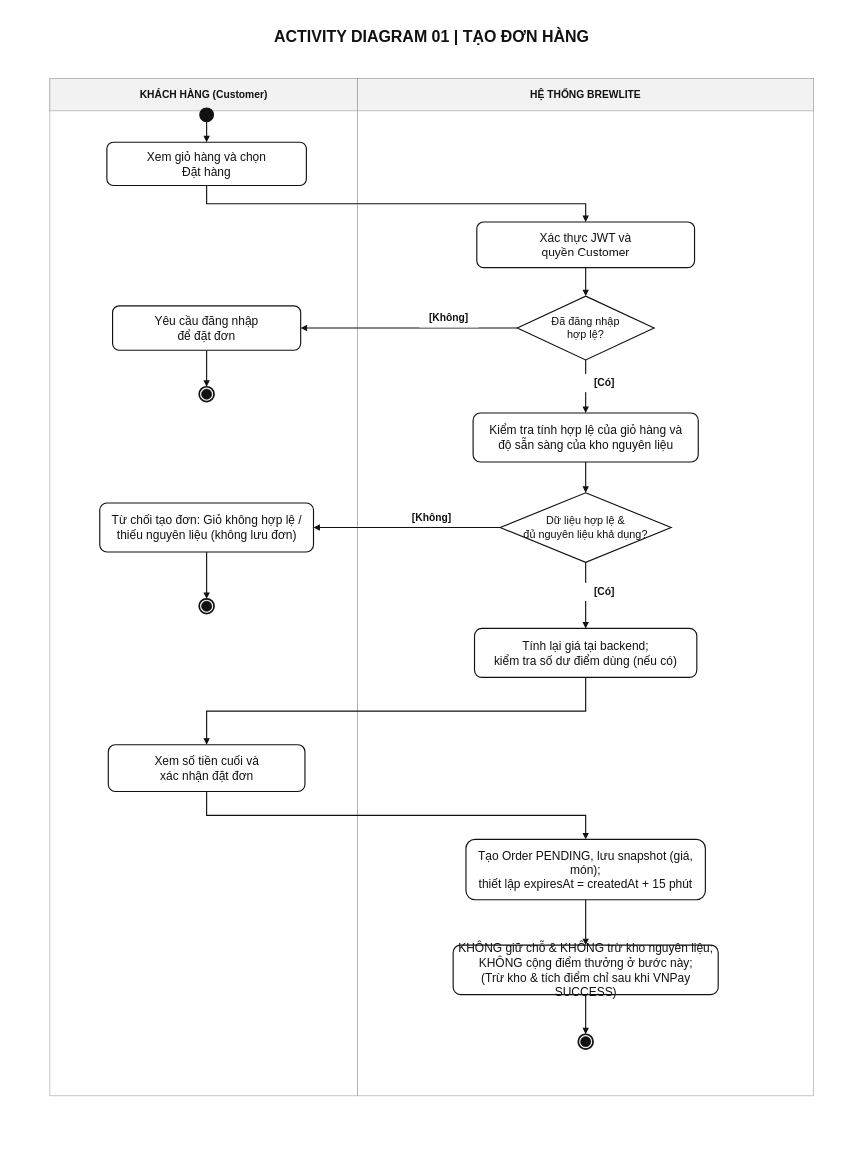
Earlier version of the draw.io diagram docs/diagrams/sources/activity-order-creation.drawio (mhien06/SWE_A2). Source tidied: cells renumbered, new cells numbered last; positions are measured from the earlier drawing's top-left corner, leaving out a move shared by most shapes. Both pictures are drawn from the tidied source at 57%, with x=0, y=0 at pixel (10, 10).
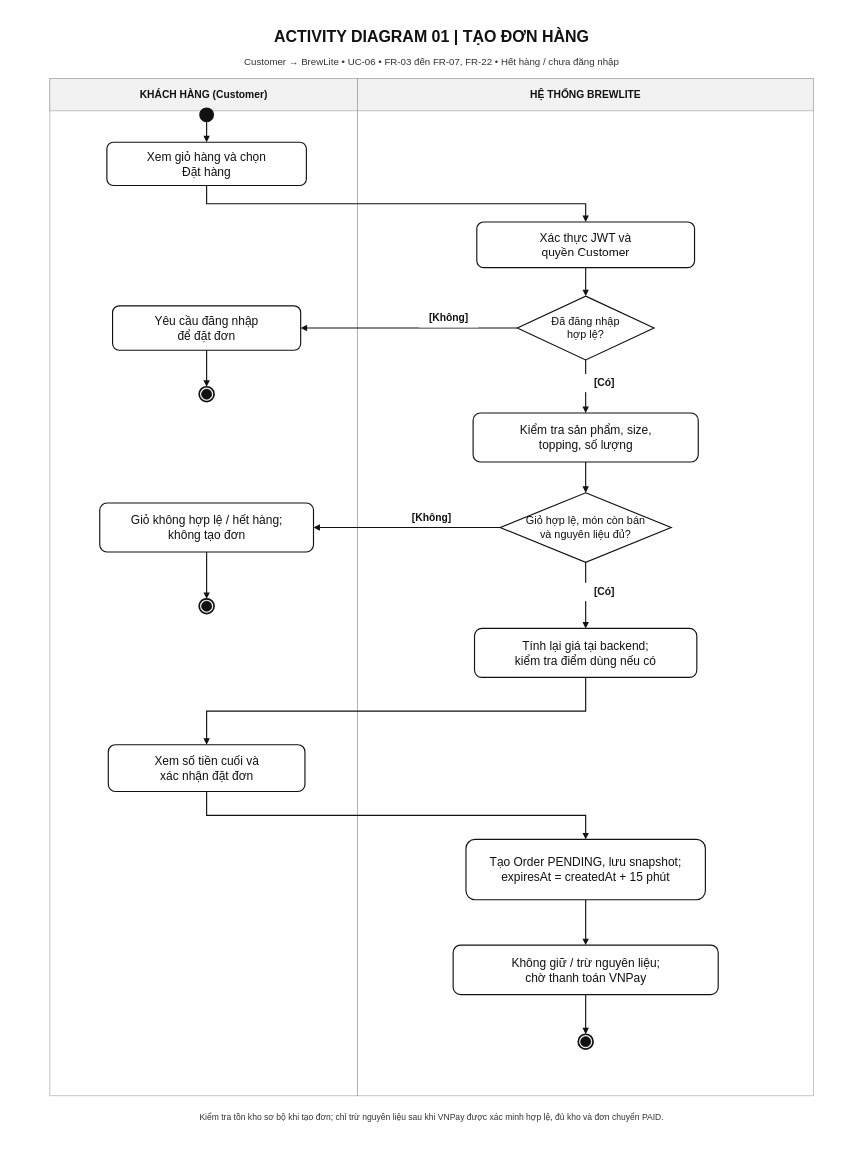
After the change.

Commit message (it also covers changes not shown here):
docs(task2.1): update activity diagrams after PR 13 review

The edit, as a diff of the source:
```diff
@@
+    <mxCell id="44" value="Customer → BrewLite  •  UC-06  •  FR-03 đến FR-07, FR-22  •  Hết hàng / chưa đăng nhập" style="text;html=1;align=center;verticalAlign=middle;whiteSpace=wrap;rounded=0;fillColor=none;strokeColor=none;fontSize=17;fontColor=#333333;" parent="1" vertex="1">
+      <mxGeometry x="75" y="74" width="1330" height="36" as="geometry" />
+    </mxCell>
@@
-    <mxCell id="29" value="Kiểm tra tính hợp lệ của giỏ hàng và&lt;br&gt;độ sẵn sàng của kho nguyên liệu" style="rounded=1;arcSize=15;whiteSpace=wrap;html=1;fillColor=#FFFFFF;strokeColor=#111111;strokeWidth=2;fontSize=21;fontFamily=Arial;fontColor=#111111;align=center;verticalAlign=middle;" parent="1" vertex="1">
+    <mxCell id="29" value="Kiểm tra sản phẩm, size,&lt;br&gt;topping, số lượng" style="rounded=1;arcSize=15;whiteSpace=wrap;html=1;fillColor=#FFFFFF;strokeColor=#111111;strokeWidth=2;fontSize=21;fontFamily=Arial;fontColor=#111111;align=center;verticalAlign=middle;" parent="1" vertex="1">
       <mxGeometry x="812.5" y="707" width="395" height="86" as="geometry" />
     </mxCell>
-    <mxCell id="30" value="Dữ liệu hợp lệ &amp;amp;&lt;br&gt;đủ nguyên liệu khả dụng?" style="rhombus;whiteSpace=wrap;html=1;fillColor=#FFFFFF;strokeColor=#111111;strokeWidth=2;fontSize=19;fontFamily=Arial;fontColor=#111111;align=center;verticalAlign=middle;" parent="1" vertex="1">
+    <mxCell id="30" value="Giỏ hợp lệ, món còn bán&lt;br&gt;và nguyên liệu đủ?" style="rhombus;whiteSpace=wrap;html=1;fillColor=#FFFFFF;strokeColor=#111111;strokeWidth=2;fontSize=19;fontFamily=Arial;fontColor=#111111;align=center;verticalAlign=middle;" parent="1" vertex="1">
       <mxGeometry x="860" y="847" width="300" height="122" as="geometry" />
     </mxCell>
-    <mxCell id="31" value="Từ chối tạo đơn: Giỏ không hợp lệ /&lt;br&gt;thiếu nguyên liệu (không lưu đơn)" style="rounded=1;arcSize=15;whiteSpace=wrap;html=1;fillColor=#FFFFFF;strokeColor=#111111;strokeWidth=2;fontSize=21;fontFamily=Arial;fontColor=#111111;align=center;verticalAlign=middle;" parent="1" vertex="1">
+    <mxCell id="31" value="Giỏ không hợp lệ / hết hàng;&lt;br&gt;không tạo đơn" style="rounded=1;arcSize=15;whiteSpace=wrap;html=1;fillColor=#FFFFFF;strokeColor=#111111;strokeWidth=2;fontSize=21;fontFamily=Arial;fontColor=#111111;align=center;verticalAlign=middle;" parent="1" vertex="1">
       <mxGeometry x="157.5" y="865" width="375" height="86" as="geometry" />
     </mxCell>
@@
-    <mxCell id="34" value="Tính lại giá tại backend;&lt;br&gt;kiểm tra số dư điểm dùng (nếu có)" style="rounded=1;arcSize=15;whiteSpace=wrap;html=1;fillColor=#FFFFFF;strokeColor=#111111;strokeWidth=2;fontSize=21;fontFamily=Arial;fontColor=#111111;align=center;verticalAlign=middle;" parent="1" vertex="1">
+    <mxCell id="34" value="Tính lại giá tại backend;&lt;br&gt;kiểm tra điểm dùng nếu có" style="rounded=1;arcSize=15;whiteSpace=wrap;html=1;fillColor=#FFFFFF;strokeColor=#111111;strokeWidth=2;fontSize=21;fontFamily=Arial;fontColor=#111111;align=center;verticalAlign=middle;" parent="1" vertex="1">
       <mxGeometry x="815" y="1085" width="390" height="86" as="geometry" />
     </mxCell>
@@
-    <mxCell id="36" value="Tạo Order PENDING, lưu snapshot (giá, món);&lt;br&gt;thiết lập expiresAt = createdAt + 15 phút" style="rounded=1;arcSize=15;whiteSpace=wrap;html=1;fillColor=#FFFFFF;strokeColor=#111111;strokeWidth=2;fontSize=21;fontFamily=Arial;fontColor=#111111;align=center;verticalAlign=middle;" parent="1" vertex="1">
+    <mxCell id="36" value="Tạo Order PENDING, lưu snapshot;&lt;br&gt;expiresAt = createdAt + 15 phút" style="rounded=1;arcSize=15;whiteSpace=wrap;html=1;fillColor=#FFFFFF;strokeColor=#111111;strokeWidth=2;fontSize=21;fontFamily=Arial;fontColor=#111111;align=center;verticalAlign=middle;" parent="1" vertex="1">
       <mxGeometry x="800" y="1455" width="420" height="106" as="geometry" />
     </mxCell>
-    <mxCell id="37" value="KHÔNG giữ chỗ &amp;amp; KHÔNG trừ kho nguyên liệu;&lt;br&gt;KHÔNG cộng điểm thưởng ở bước này;&lt;br&gt;(Trừ kho &amp;amp; tích điểm chỉ sau khi VNPay SUCCESS)" style="rounded=1;arcSize=15;whiteSpace=wrap;html=1;fillColor=#FFFFFF;strokeColor=#111111;strokeWidth=2;fontSize=21;fontFamily=Arial;fontColor=#111111;align=center;verticalAlign=middle;" parent="1" vertex="1">
+    <mxCell id="37" value="Không giữ / trừ nguyên liệu;&lt;br&gt;chờ thanh toán VNPay" style="rounded=1;arcSize=15;whiteSpace=wrap;html=1;fillColor=#FFFFFF;strokeColor=#111111;strokeWidth=2;fontSize=21;fontFamily=Arial;fontColor=#111111;align=center;verticalAlign=middle;" parent="1" vertex="1">
       <mxGeometry x="777.5" y="1640.5" width="465" height="87" as="geometry" />
     </mxCell>
@@
+    <mxCell id="45" value="Kiểm tra tồn kho sơ bộ khi tạo đơn; chỉ trừ nguyên liệu sau khi VNPay được xác minh hợp lệ, đủ kho và đơn chuyển PAID." style="text;html=1;align=center;verticalAlign=middle;whiteSpace=wrap;strokeColor=none;fillColor=#FFFFFF;fontColor=#333333;fontSize=15;" parent="1" vertex="1">
+      <mxGeometry x="75" y="1918" width="1330" height="48" as="geometry" />
+    </mxCell>
```
